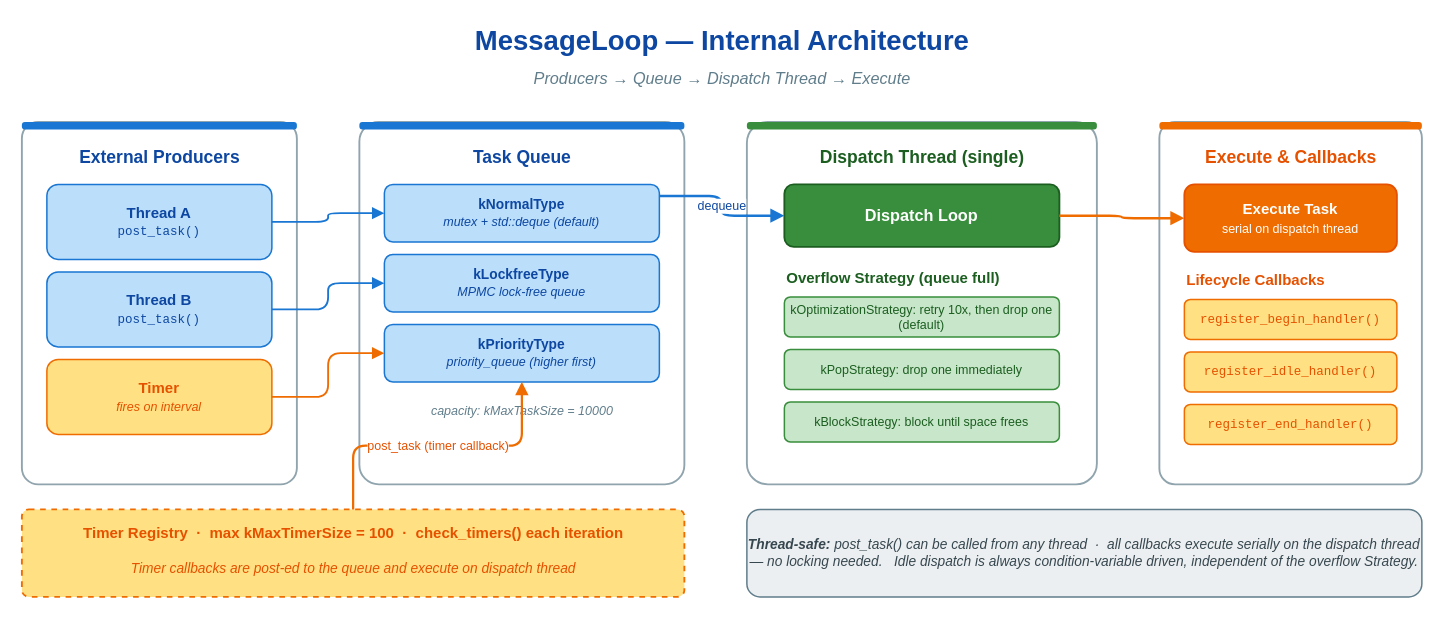
Before: examples/base/message_loop_basic/images/message-loop-architecture.drawio in thun-res/vlink, a draw.io diagram. Source tidied: cells renumbered, new cells numbered last; positions are measured from the earlier drawing's top-left corner, leaving out a move shared by most shapes. Both pictures are drawn from the tidied source at 125%, with x=0, y=0 at pixel (21, 21).
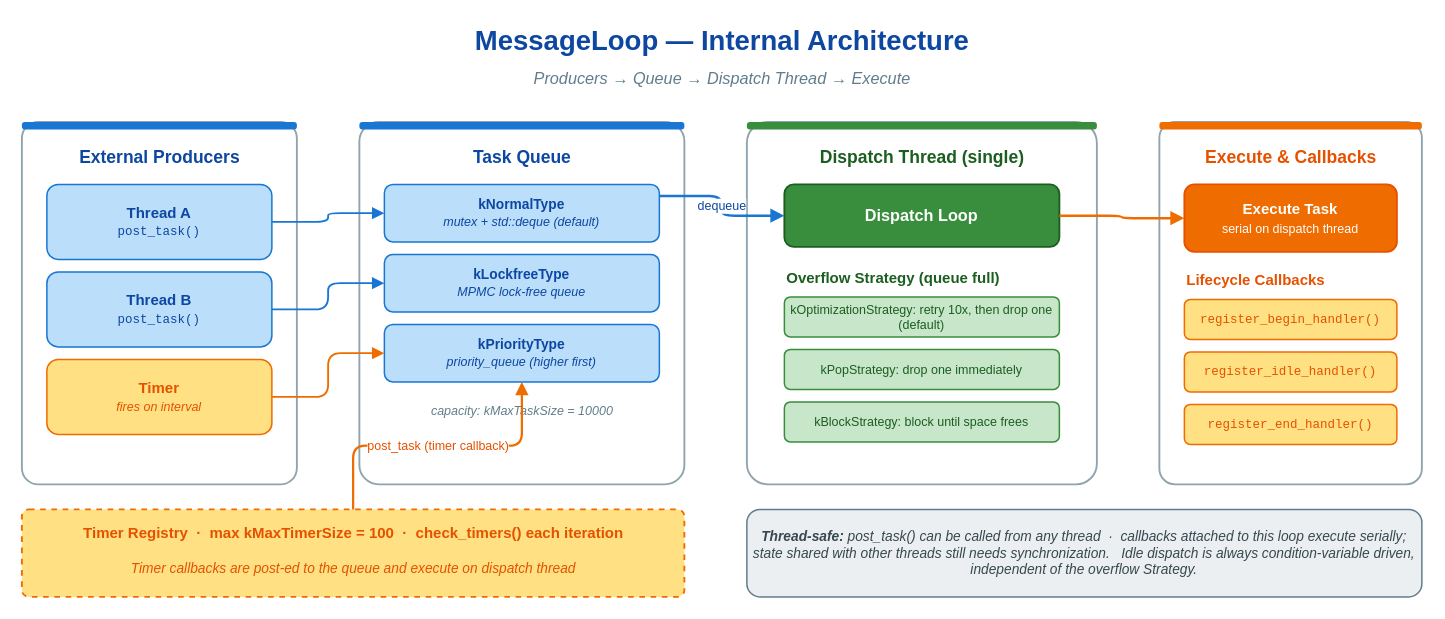
The same diagram, later.

Change to the diagram source:
```diff
@@
-    <mxCell id="42" value="&lt;b&gt;Thread-safe:&lt;/b&gt; post_task() can be called from any thread  ·  all callbacks execute serially on the dispatch thread — no locking needed.   Idle dispatch is always condition-variable driven, independent of the overflow Strategy." style="rounded=1;whiteSpace=wrap;html=1;fillColor=#eceff1;strokeColor=#607d8b;strokeWidth=1.2;fontFamily=Helvetica;fontSize=11;fontStyle=2;fontColor=#37474f;shadow=0;" parent="1" vertex="1">
+    <mxCell id="42" value="&lt;b&gt;Thread-safe:&lt;/b&gt; post_task() can be called from any thread  ·  callbacks attached to this loop execute serially; state shared with other threads still needs synchronization.   Idle dispatch is always condition-variable driven, independent of the overflow Strategy." style="rounded=1;whiteSpace=wrap;html=1;fillColor=#eceff1;strokeColor=#607d8b;strokeWidth=1.2;fontFamily=Helvetica;fontSize=11;fontStyle=2;fontColor=#37474f;shadow=0;" parent="1" vertex="1">
       <mxGeometry x="580" y="390" width="540" height="70" as="geometry" />
     </mxCell>
```
